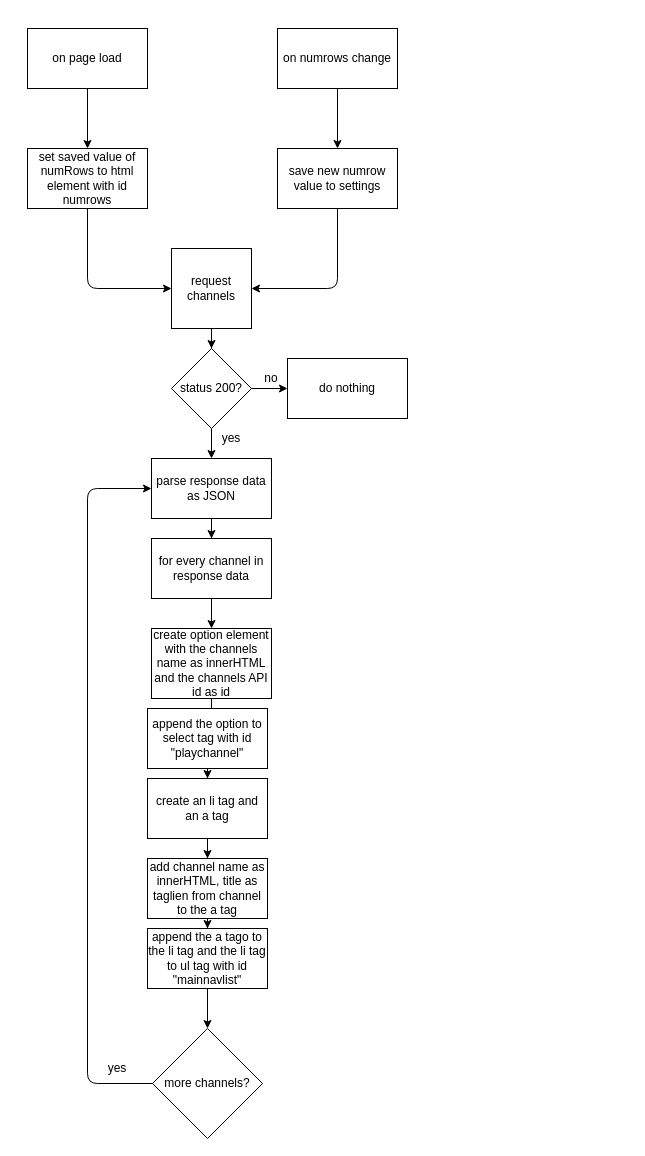
Before: webbutveckling/IntroProgrammeringJavaScript/Moments/Projekt/Excluded/requestChannels.drawio in EliasEriksson/miun, a draw.io diagram. Source tidied: cells renumbered, new cells numbered last; positions are measured from the earlier drawing's top-left corner, leaving out a move shared by most shapes. Both pictures are drawn from the tidied source at 100%, with x=0, y=0 at pixel (27, 28).
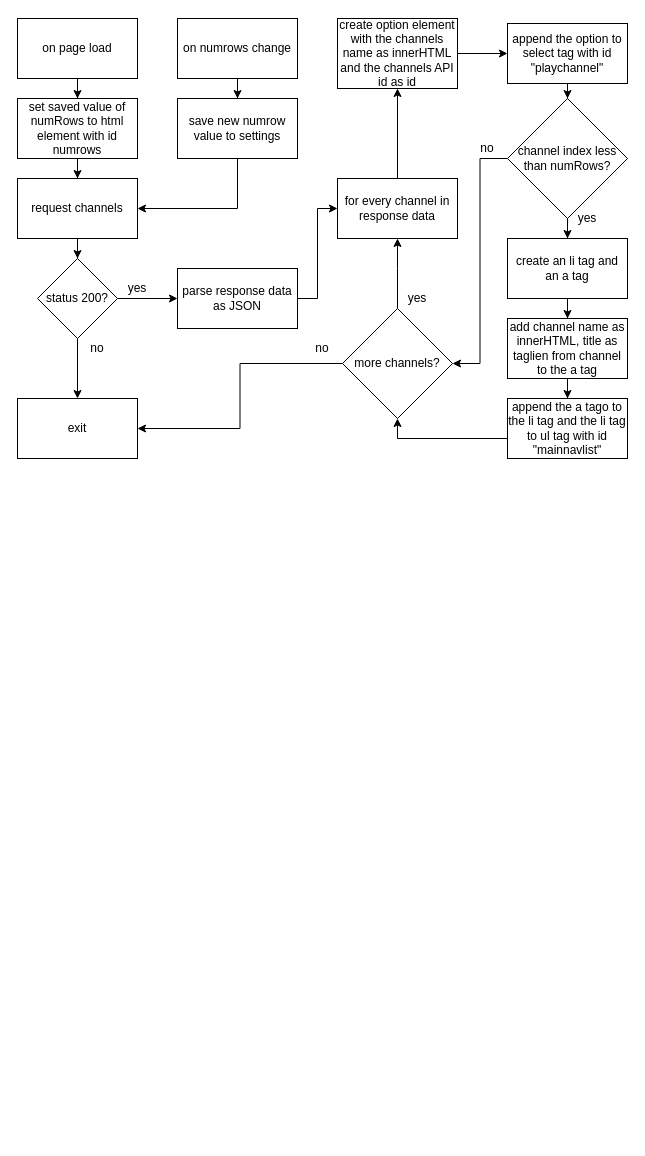
The same diagram, later.

Change to the diagram source:
```diff
@@
-    <mxCell id="2" style="edgeStyle=orthogonalEdgeStyle;rounded=0;jettySize=auto;html=1;" parent="1" edge="1" source="3" target="6">
+    <mxCell id="2" style="edgeStyle=orthogonalEdgeStyle;rounded=0;jettySize=auto;html=1;exitX=0.5;exitY=1;exitDx=0;exitDy=0;" parent="1" edge="1" source="3" target="6">
       <mxGeometry relative="1" as="geometry" />
     </mxCell>
-    <mxCell id="3" value="request channels" style="whiteSpace=wrap;html=1;" parent="1" vertex="1">
-      <mxGeometry x="144" y="220" width="80" height="80" as="geometry" />
-    </mxCell>
@@
-    <mxCell id="5" style="edgeStyle=orthogonalEdgeStyle;rounded=0;jettySize=auto;html=1;" parent="1" edge="1" source="6" target="9">
+    <mxCell id="5" style="edgeStyle=orthogonalEdgeStyle;rounded=0;jettySize=auto;html=1;entryX=0;entryY=0.5;entryDx=0;entryDy=0;" parent="1" edge="1" source="6" target="9">
       <mxGeometry relative="1" as="geometry" />
     </mxCell>
     <mxCell id="6" value="status 200?" style="rhombus;whiteSpace=wrap;html=1;" parent="1" vertex="1">
-      <mxGeometry x="144" y="320" width="80" height="80" as="geometry" />
+      <mxGeometry x="10" y="230" width="80" height="80" as="geometry" />
     </mxCell>
-    <mxCell id="7" value="do nothing" style="whiteSpace=wrap;html=1;" parent="1" vertex="1">
-      <mxGeometry x="260" y="330" width="120" height="60" as="geometry" />
+    <mxCell id="7" value="exit" style="whiteSpace=wrap;html=1;" parent="1" vertex="1">
+      <mxGeometry x="-10" y="370" width="120" height="60" as="geometry" />
     </mxCell>
-    <mxCell id="8" style="edgeStyle=orthogonalEdgeStyle;rounded=0;jettySize=auto;html=1;" parent="1" edge="1" source="9" target="11">
+    <mxCell id="8" style="edgeStyle=orthogonalEdgeStyle;rounded=0;jettySize=auto;html=1;entryX=0;entryY=0.5;entryDx=0;entryDy=0;exitX=1;exitY=0.5;exitDx=0;exitDy=0;" parent="1" edge="1" source="9" target="11">
       <mxGeometry relative="1" as="geometry" />
     </mxCell>
     <mxCell id="9" value="parse response data as JSON" style="whiteSpace=wrap;html=1;" parent="1" vertex="1">
-      <mxGeometry x="124" y="430" width="120" height="60" as="geometry" />
+      <mxGeometry x="150" y="240" width="120" height="60" as="geometry" />
     </mxCell>
@@
     <mxCell id="11" value="for every channel in response data" style="whiteSpace=wrap;html=1;" parent="1" vertex="1">
-      <mxGeometry x="124" y="510" width="120" height="60" as="geometry" />
+      <mxGeometry x="310" y="150" width="120" height="60" as="geometry" />
     </mxCell>
-    <mxCell id="12" style="edgeStyle=orthogonalEdgeStyle;rounded=0;jettySize=auto;html=1;" parent="1" edge="1" source="13" target="15">
+    <mxCell id="12" style="edgeStyle=orthogonalEdgeStyle;rounded=0;jettySize=auto;html=1;exitX=1;exitY=0.5;exitDx=0;exitDy=0;" parent="1" edge="1" source="13" target="15">
       <mxGeometry relative="1" as="geometry" />
     </mxCell>
     <mxCell id="13" value="create option element with the channels name as innerHTML and the channels API id as id" style="whiteSpace=wrap;html=1;" parent="1" vertex="1">
-      <mxGeometry x="124" y="600" width="120" height="70" as="geometry" />
+      <mxGeometry x="310" y="-10" width="120" height="70" as="geometry" />
     </mxCell>
-    <mxCell id="14" style="edgeStyle=orthogonalEdgeStyle;rounded=0;jettySize=auto;html=1;" parent="1" edge="1" source="15" target="17">
-      <mxGeometry relative="1" as="geometry" />
-    </mxCell>
+    <mxCell id="35" style="edgeStyle=orthogonalEdgeStyle;rounded=0;jettySize=auto;html=1;" parent="1" edge="1" source="15" target="40">
+      <mxGeometry relative="1" as="geometry" />
+    </mxCell>
     <mxCell id="15" value="append the option to select tag with id &quot;playchannel&quot;" style="whiteSpace=wrap;html=1;" parent="1" vertex="1">
-      <mxGeometry x="120" y="680" width="120" height="60" as="geometry" />
+      <mxGeometry x="480" y="-5" width="120" height="60" as="geometry" />
     </mxCell>
@@
     <mxCell id="17" value="create an li tag and an a tag" style="whiteSpace=wrap;html=1;" parent="1" vertex="1">
-      <mxGeometry x="120" y="750" width="120" height="60" as="geometry" />
+      <mxGeometry x="480" y="210" width="120" height="60" as="geometry" />
     </mxCell>
@@
     <mxCell id="19" value="add channel name as innerHTML, title as taglien from channel to the a tag" style="whiteSpace=wrap;html=1;" parent="1" vertex="1">
-      <mxGeometry x="120" y="830" width="120" height="60" as="geometry" />
+      <mxGeometry x="480" y="290" width="120" height="60" as="geometry" />
     </mxCell>
-    <mxCell id="20" style="edgeStyle=orthogonalEdgeStyle;rounded=0;jettySize=auto;html=1;" parent="1" edge="1" source="21" target="22">
-      <mxGeometry relative="1" as="geometry" />
+    <mxCell id="20" style="edgeStyle=orthogonalEdgeStyle;rounded=0;jettySize=auto;html=1;entryX=0.5;entryY=1;entryDx=0;entryDy=0;" parent="1" edge="1" source="21" target="22">
+      <mxGeometry relative="1" as="geometry">
+        <Array as="points">
+          <mxPoint x="370" y="410" />
+        </Array>
+      </mxGeometry>
     </mxCell>
     <mxCell id="21" value="append the a tago to the li tag and the li tag to ul tag with id &quot;mainnavlist&quot;" style="whiteSpace=wrap;html=1;" parent="1" vertex="1">
-      <mxGeometry x="120" y="900" width="120" height="60" as="geometry" />
+      <mxGeometry x="480" y="370" width="120" height="60" as="geometry" />
     </mxCell>
+    <mxCell id="36" style="edgeStyle=orthogonalEdgeStyle;rounded=0;jettySize=auto;html=1;entryX=0.5;entryY=1;entryDx=0;entryDy=0;" parent="1" edge="1" source="22" target="11">
+      <mxGeometry relative="1" as="geometry">
+        <Array as="points">
+          <mxPoint x="370" y="240" />
+          <mxPoint x="370" y="240" />
+        </Array>
+      </mxGeometry>
+    </mxCell>
+    <mxCell id="37" style="edgeStyle=orthogonalEdgeStyle;rounded=0;jettySize=auto;html=1;entryX=1;entryY=0.5;entryDx=0;entryDy=0;" parent="1" edge="1" source="22" target="7">
+      <mxGeometry relative="1" as="geometry" />
+    </mxCell>
     <mxCell id="22" value="more channels?" style="rhombus;whiteSpace=wrap;html=1;" parent="1" vertex="1">
-      <mxGeometry x="125" y="1000" width="110" height="110" as="geometry" />
+      <mxGeometry x="315" y="280" width="110" height="110" as="geometry" />
     </mxCell>
-    <mxCell id="23" value="no" style="text;html=1;strokeColor=none;fillColor=none;align=center;verticalAlign=middle;whiteSpace=wrap;rounded=0;" parent="1" vertex="1">
-      <mxGeometry x="224" y="340" width="40" height="20" as="geometry" />
-    </mxCell>
-    <mxCell id="24" value="yes" style="text;html=1;strokeColor=none;fillColor=none;align=center;verticalAlign=middle;whiteSpace=wrap;rounded=0;" parent="1" vertex="1">
-      <mxGeometry x="184" y="400" width="40" height="20" as="geometry" />
-    </mxCell>
-    <mxCell id="25" style="edgeStyle=elbowEdgeStyle;elbow=horizontal;endArrow=classic;html=1;exitX=0;exitY=0.5;exitDx=0;exitDy=0;entryX=0;entryY=0.5;entryDx=0;entryDy=0;" parent="1" edge="1" source="22" target="9">
-      <mxGeometry relative="1" as="geometry">
-        <Array as="points">
-          <mxPoint x="60" y="760" />
-        </Array>
-      </mxGeometry>
-    </mxCell>
-    <mxCell id="26" value="yes" style="text;html=1;strokeColor=none;fillColor=none;align=center;verticalAlign=middle;whiteSpace=wrap;rounded=0;" parent="1" vertex="1">
-      <mxGeometry x="70" y="1030" width="40" height="20" as="geometry" />
-    </mxCell>
@@
     <mxCell id="28" value="on page load" style="rounded=0;whiteSpace=wrap;html=1;" parent="1" vertex="1">
-      <mxGeometry width="120" height="60" as="geometry" />
+      <mxGeometry x="-10" y="-10" width="120" height="60" as="geometry" />
     </mxCell>
@@
     <mxCell id="30" value="on numrows change" style="rounded=0;whiteSpace=wrap;html=1;" parent="1" vertex="1">
-      <mxGeometry x="250" width="120" height="60" as="geometry" />
+      <mxGeometry x="150" y="-10" width="120" height="60" as="geometry" />
     </mxCell>
+    <mxCell id="34" style="edgeStyle=orthogonalEdgeStyle;rounded=0;jettySize=auto;html=1;entryX=1;entryY=0.5;entryDx=0;entryDy=0;exitX=0.5;exitY=1;exitDx=0;exitDy=0;" parent="1" edge="1" source="31" target="3">
+      <mxGeometry relative="1" as="geometry" />
+    </mxCell>
     <mxCell id="31" value="save new numrow value to settings" style="whiteSpace=wrap;html=1;rounded=0;" parent="1" vertex="1">
-      <mxGeometry x="250" y="120" width="120" height="60" as="geometry" />
+      <mxGeometry x="150" y="70" width="120" height="60" as="geometry" />
     </mxCell>
+    <mxCell id="33" style="edgeStyle=orthogonalEdgeStyle;rounded=0;jettySize=auto;html=1;" parent="1" edge="1" source="32" target="3">
+      <mxGeometry relative="1" as="geometry" />
+    </mxCell>
     <mxCell id="32" value="set saved value of numRows to html element with id numrows" style="whiteSpace=wrap;html=1;rounded=0;" parent="1" vertex="1">
-      <mxGeometry y="120" width="120" height="60" as="geometry" />
+      <mxGeometry x="-10" y="70" width="120" height="60" as="geometry" />
     </mxCell>
-    <mxCell id="33" style="edgeStyle=segmentEdgeStyle;endArrow=classic;html=1;exitX=0.5;exitY=1;exitDx=0;exitDy=0;entryX=0;entryY=0.5;entryDx=0;entryDy=0;" parent="1" edge="1" source="32" target="3">
-      <mxGeometry relative="1" as="geometry">
-        <Array as="points">
-          <mxPoint x="60" y="260" />
-        </Array>
-      </mxGeometry>
-    </mxCell>
-    <mxCell id="34" style="edgeStyle=segmentEdgeStyle;endArrow=classic;html=1;entryX=1;entryY=0.5;entryDx=0;entryDy=0;exitX=0.5;exitY=1;exitDx=0;exitDy=0;" parent="1" edge="1" source="31" target="3">
-      <mxGeometry relative="1" as="geometry">
-        <Array as="points">
-          <mxPoint x="310" y="260" />
-        </Array>
-      </mxGeometry>
-    </mxCell>
+    <mxCell id="38" style="edgeStyle=orthogonalEdgeStyle;rounded=0;jettySize=auto;html=1;" parent="1" edge="1" source="40" target="17">
+      <mxGeometry relative="1" as="geometry" />
+    </mxCell>
+    <mxCell id="39" style="edgeStyle=orthogonalEdgeStyle;rounded=0;jettySize=auto;html=1;entryX=1;entryY=0.5;entryDx=0;entryDy=0;" parent="1" edge="1" source="40" target="22">
+      <mxGeometry relative="1" as="geometry" />
+    </mxCell>
+    <mxCell id="40" value="channel index less than numRows?" style="rhombus;whiteSpace=wrap;html=1;" parent="1" vertex="1">
+      <mxGeometry x="480" y="70" width="120" height="120" as="geometry" />
+    </mxCell>
+    <mxCell id="3" value="request channels" style="whiteSpace=wrap;html=1;rounded=0;" parent="1" vertex="1">
+      <mxGeometry x="-10" y="150" width="120" height="60" as="geometry" />
+    </mxCell>
+    <mxCell id="41" value="no" style="text;html=1;strokeColor=none;fillColor=none;align=center;verticalAlign=middle;whiteSpace=wrap;rounded=0;" parent="1" vertex="1">
+      <mxGeometry x="275" y="310" width="40" height="20" as="geometry" />
+    </mxCell>
+    <mxCell id="42" value="no" style="text;html=1;strokeColor=none;fillColor=none;align=center;verticalAlign=middle;whiteSpace=wrap;rounded=0;" parent="1" vertex="1">
+      <mxGeometry x="50" y="310" width="40" height="20" as="geometry" />
+    </mxCell>
+    <mxCell id="43" value="yes" style="text;html=1;strokeColor=none;fillColor=none;align=center;verticalAlign=middle;whiteSpace=wrap;rounded=0;" parent="1" vertex="1">
+      <mxGeometry x="90" y="250" width="40" height="20" as="geometry" />
+    </mxCell>
+    <mxCell id="44" value="yes" style="text;html=1;strokeColor=none;fillColor=none;align=center;verticalAlign=middle;whiteSpace=wrap;rounded=0;" parent="1" vertex="1">
+      <mxGeometry x="540" y="180" width="40" height="20" as="geometry" />
+    </mxCell>
+    <mxCell id="45" value="no" style="text;html=1;strokeColor=none;fillColor=none;align=center;verticalAlign=middle;whiteSpace=wrap;rounded=0;" parent="1" vertex="1">
+      <mxGeometry x="440" y="110" width="40" height="20" as="geometry" />
+    </mxCell>
+    <mxCell id="46" value="yes" style="text;html=1;strokeColor=none;fillColor=none;align=center;verticalAlign=middle;whiteSpace=wrap;rounded=0;" parent="1" vertex="1">
+      <mxGeometry x="370" y="260" width="40" height="20" as="geometry" />
+    </mxCell>
```
